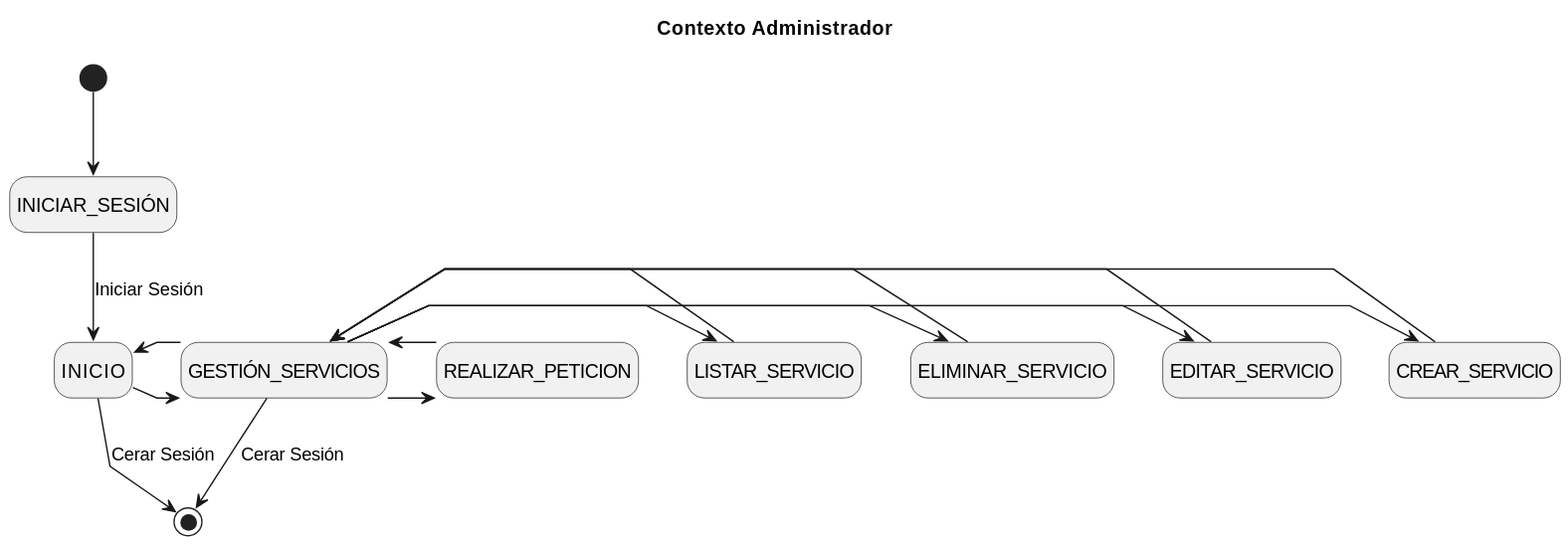
Earlier version of the PlantUML export Caso_de_Uso/Contexto/Administrador/Gestión_Paquetes/Contexto.svg (mmasias/23-24-IdSw1-SDR). Its diagram source:
```plantuml
@startuml Contexto
title Contexto Administrador

skinparam {
    NoteBackgroundColor #whiteSmoke
    NoteBorderColor #green
    linetype polyline
}

hide empty description

[*] --> INICIAR_SESIÓN
INICIAR_SESIÓN --> INICIO : Iniciar Sesión

INICIO -> GESTIÓN_SERVICIOS
INICIO <- GESTIÓN_SERVICIOS

GESTIÓN_SERVICIOS -> CREAR_SERVICIO
GESTIÓN_SERVICIOS <- CREAR_SERVICIO
GESTIÓN_SERVICIOS -> EDITAR_SERVICIO
GESTIÓN_SERVICIOS <- EDITAR_SERVICIO
GESTIÓN_SERVICIOS -> ELIMINAR_SERVICIO
GESTIÓN_SERVICIOS <- ELIMINAR_SERVICIO
GESTIÓN_SERVICIOS -> LISTAR_SERVICIO
GESTIÓN_SERVICIOS <- LISTAR_SERVICIO
GESTIÓN_SERVICIOS -> REALIZAR_PETICION
GESTIÓN_SERVICIOS <- REALIZAR_PETICION

INICIO --> [*] : Cerar Sesión
GESTIÓN_SERVICIOS --> [*] : Cerar Sesión


@enduml
```
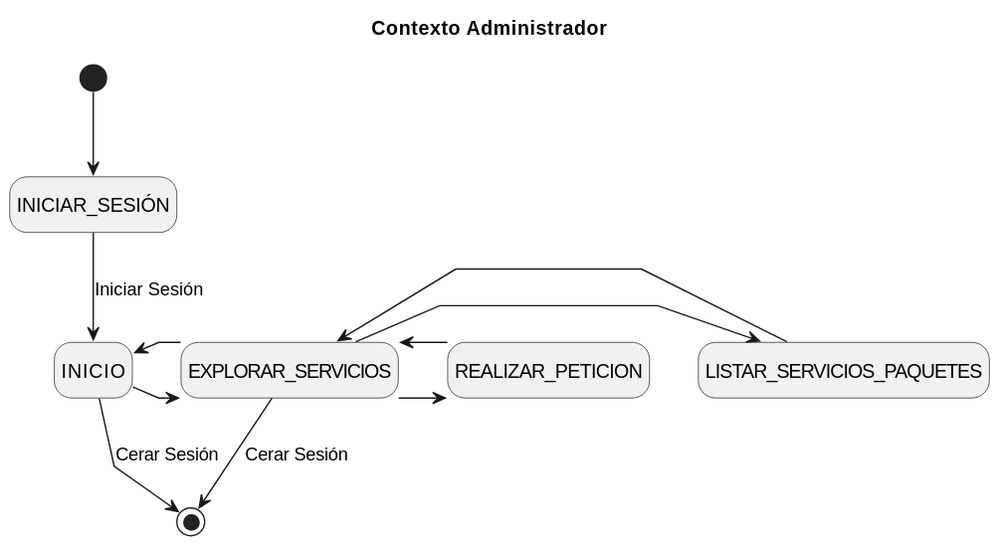
Later version of the same file.

Commit message:
arreglado iamgenes de contexto

What changed in the source:
```diff
@@ -12,22 +12,15 @@
 [*] --> INICIAR_SESIÓN
 INICIAR_SESIÓN --> INICIO : Iniciar Sesión
 
-INICIO -> GESTIÓN_SERVICIOS
-INICIO <- GESTIÓN_SERVICIOS
+INICIO -> EXPLORAR_SERVICIOS
+INICIO <- EXPLORAR_SERVICIOS
 
-GESTIÓN_SERVICIOS -> CREAR_SERVICIO
-GESTIÓN_SERVICIOS <- CREAR_SERVICIO
-GESTIÓN_SERVICIOS -> EDITAR_SERVICIO
-GESTIÓN_SERVICIOS <- EDITAR_SERVICIO
-GESTIÓN_SERVICIOS -> ELIMINAR_SERVICIO
-GESTIÓN_SERVICIOS <- ELIMINAR_SERVICIO
-GESTIÓN_SERVICIOS -> LISTAR_SERVICIO
-GESTIÓN_SERVICIOS <- LISTAR_SERVICIO
-GESTIÓN_SERVICIOS -> REALIZAR_PETICION
-GESTIÓN_SERVICIOS <- REALIZAR_PETICION
+EXPLORAR_SERVICIOS -> LISTAR_SERVICIOS_PAQUETES
+EXPLORAR_SERVICIOS <- LISTAR_SERVICIOS_PAQUETES
+EXPLORAR_SERVICIOS -> REALIZAR_PETICION
+EXPLORAR_SERVICIOS <- REALIZAR_PETICION
 
 INICIO --> [*] : Cerar Sesión
-GESTIÓN_SERVICIOS --> [*] : Cerar Sesión
-
+EXPLORAR_SERVICIOS --> [*] : Cerar Sesión
 
 @enduml
```
